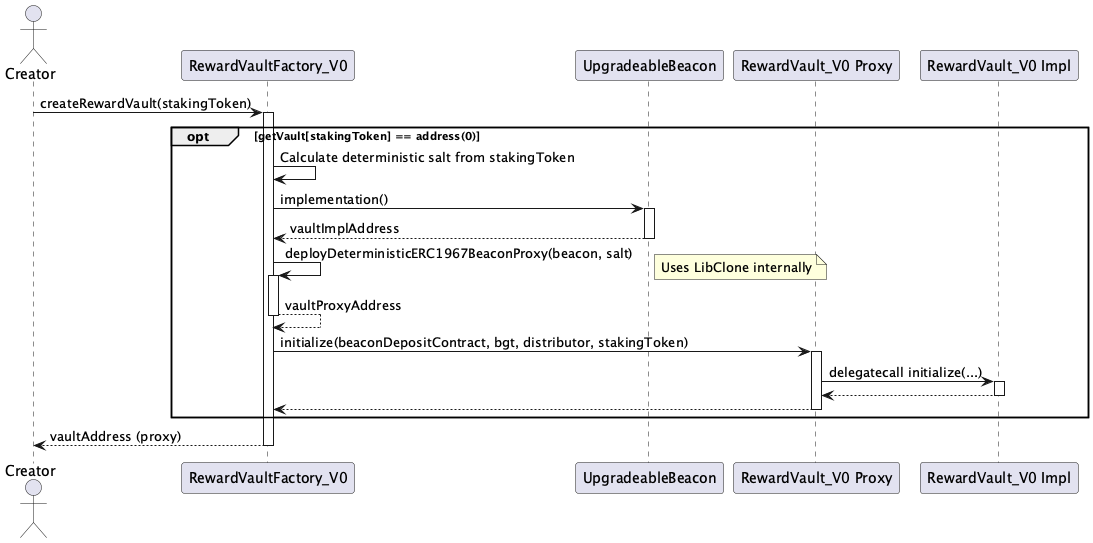
Earlier version of the PlantUML export diagrams/diag-images/v0_Contracts/RewardVaultFactory_V0_Sequence.png (swollows/berachain-core).
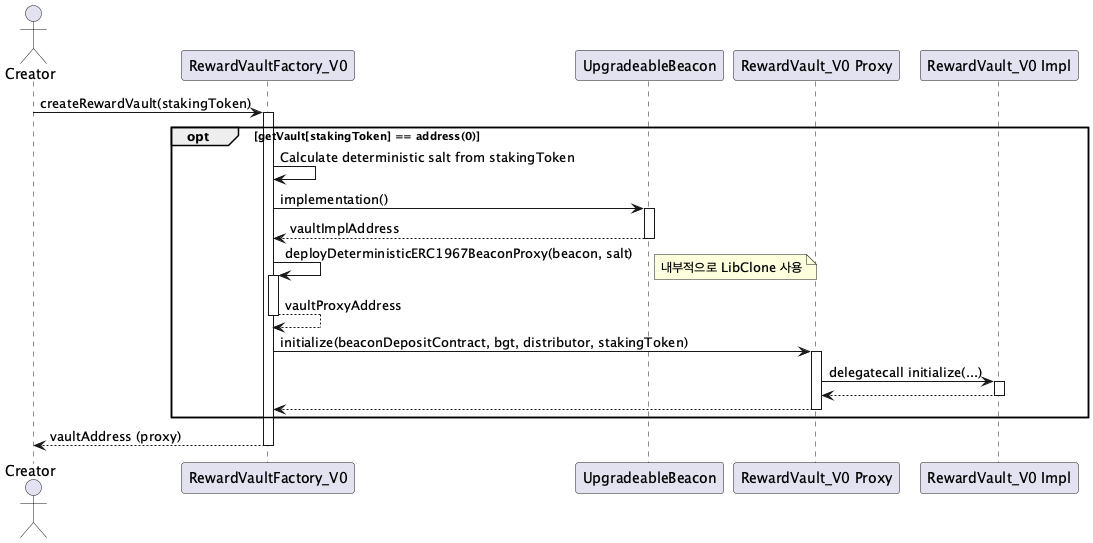
After the commit.

What changed in the source:
```diff
@@ -17,7 +17,7 @@
     deactivate Beacon
 
     Factory -> Factory : deployDeterministicERC1967BeaconProxy(beacon, salt)
-    note right: Uses LibClone internally
+    note right: 내부적으로 LibClone 사용
     activate Factory
     Factory --> Factory : vaultProxyAddress
     deactivate Factory
```
